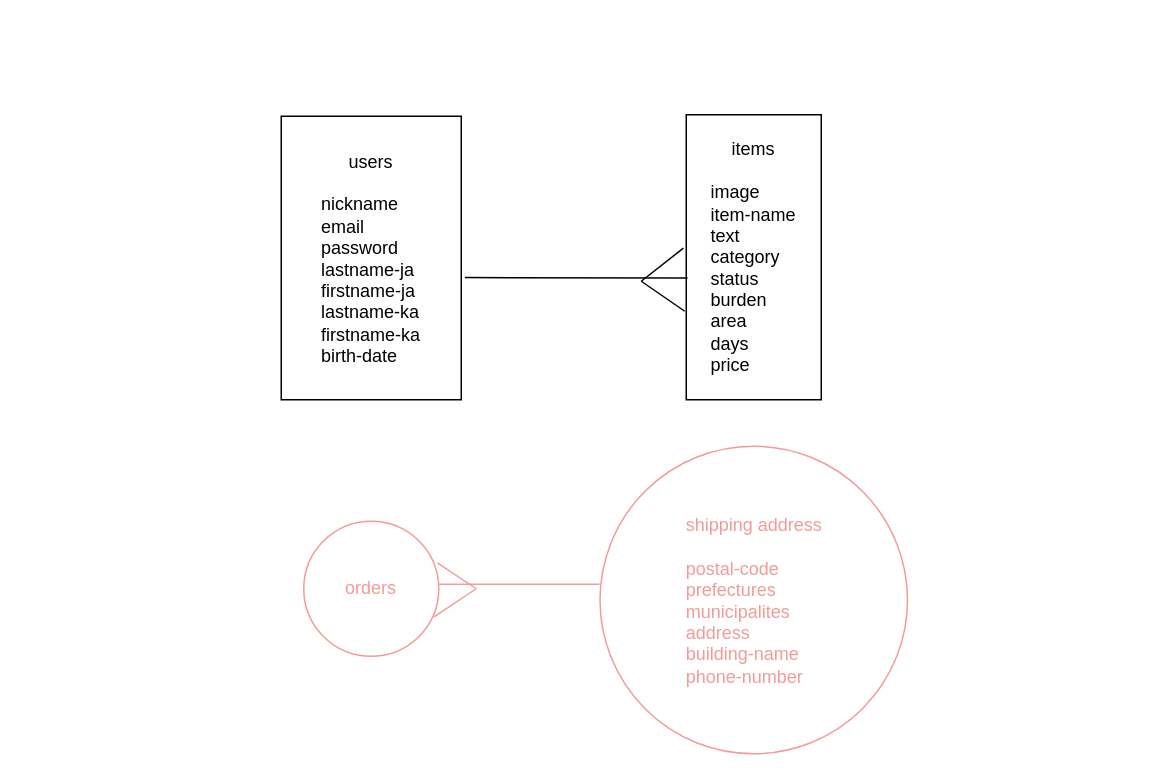
Above: Untitled Diagram.drawio in TK-19881224/furima-34419 (draw.io), before the change. Source tidied: cells renumbered, new cells numbered last; positions are measured from the earlier drawing's top-left corner, leaving out a move shared by most shapes. Both pictures are drawn from the tidied source at 150%, with x=0, y=0 at pixel (280, 114).
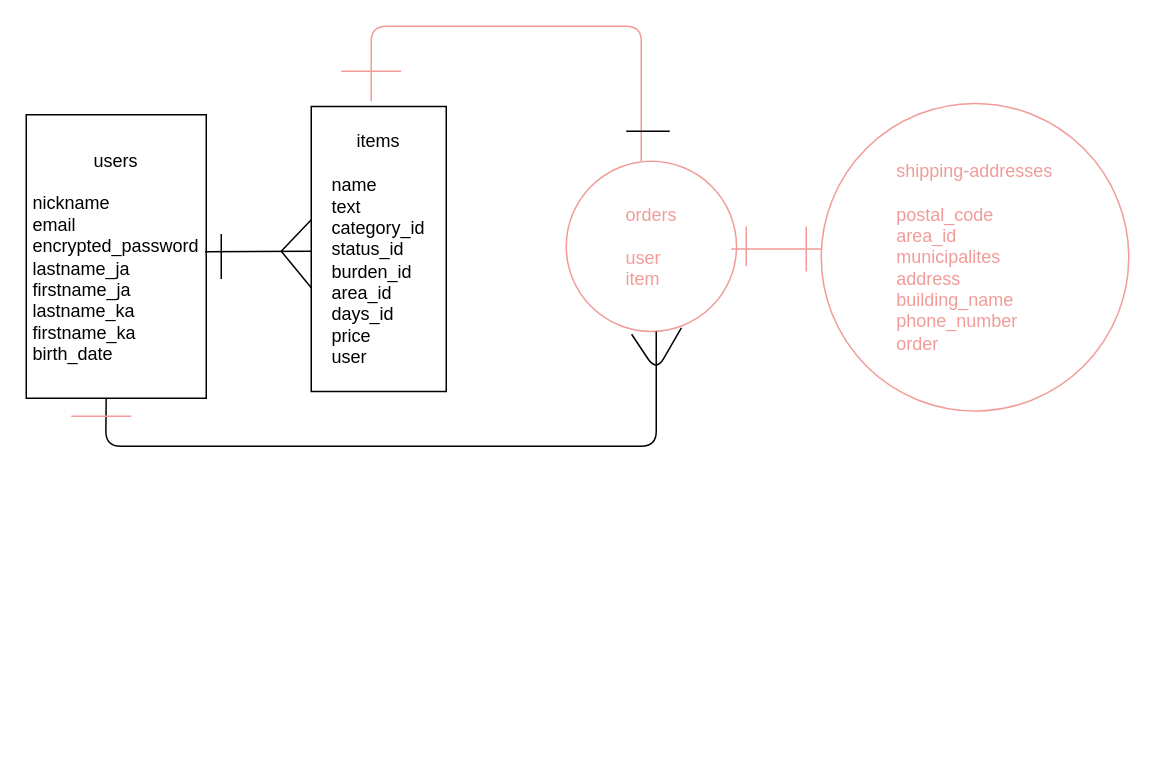
The same page after the edit.

Diff of the diagram source:
```diff
@@
-    <mxCell id="2" value="users&lt;br&gt;&lt;br&gt;&lt;div style=&quot;text-align: left&quot;&gt;&lt;span&gt;nickname&lt;/span&gt;&lt;/div&gt;&lt;div style=&quot;text-align: left&quot;&gt;&lt;span&gt;email&lt;/span&gt;&lt;/div&gt;&lt;div style=&quot;text-align: left&quot;&gt;password&lt;/div&gt;&lt;div style=&quot;text-align: left&quot;&gt;lastname-ja&lt;/div&gt;&lt;div style=&quot;text-align: left&quot;&gt;firstname-ja&lt;/div&gt;&lt;div style=&quot;text-align: left&quot;&gt;&lt;div&gt;lastname-ka&lt;/div&gt;&lt;div&gt;firstname-ka&lt;/div&gt;&lt;div&gt;birth-date&lt;/div&gt;&lt;/div&gt;" style="rounded=0;whiteSpace=wrap;html=1;align=center;" parent="1" vertex="1">
-      <mxGeometry y="1" width="120" height="189" as="geometry" />
+    <mxCell id="2" value="users&lt;br&gt;&lt;br&gt;&lt;div style=&quot;text-align: left&quot;&gt;&lt;span&gt;nickname&lt;/span&gt;&lt;/div&gt;&lt;div style=&quot;text-align: left&quot;&gt;&lt;span&gt;email&lt;/span&gt;&lt;/div&gt;&lt;div style=&quot;text-align: left&quot;&gt;encrypted_password&lt;/div&gt;&lt;div style=&quot;text-align: left&quot;&gt;lastname_ja&lt;/div&gt;&lt;div style=&quot;text-align: left&quot;&gt;firstname_ja&lt;/div&gt;&lt;div style=&quot;text-align: left&quot;&gt;&lt;div&gt;lastname_ka&lt;/div&gt;&lt;div&gt;firstname_ka&lt;/div&gt;&lt;div&gt;birth_date&lt;/div&gt;&lt;/div&gt;" style="rounded=0;whiteSpace=wrap;html=1;align=center;" parent="1" vertex="1">
+      <mxGeometry x="-170" width="120" height="189" as="geometry" />
     </mxCell>
-    <mxCell id="3" value="&lt;div&gt;&lt;span&gt;items&lt;/span&gt;&lt;/div&gt;&lt;div&gt;&lt;br&gt;&lt;/div&gt;&lt;div style=&quot;text-align: left&quot;&gt;image&lt;/div&gt;&lt;div style=&quot;text-align: left&quot;&gt;item-name&lt;/div&gt;&lt;div style=&quot;text-align: left&quot;&gt;text&lt;/div&gt;&lt;div style=&quot;text-align: left&quot;&gt;category&lt;/div&gt;&lt;div style=&quot;text-align: left&quot;&gt;status&lt;/div&gt;&lt;div style=&quot;text-align: left&quot;&gt;burden&lt;/div&gt;&lt;div style=&quot;text-align: left&quot;&gt;area&lt;/div&gt;&lt;div style=&quot;text-align: left&quot;&gt;days&lt;/div&gt;&lt;div style=&quot;text-align: left&quot;&gt;price&lt;/div&gt;" style="rounded=0;whiteSpace=wrap;html=1;" parent="1" vertex="1">
-      <mxGeometry x="270" width="90" height="190" as="geometry" />
+    <mxCell id="3" value="&lt;div&gt;&lt;span&gt;items&lt;/span&gt;&lt;/div&gt;&lt;div&gt;&lt;br&gt;&lt;/div&gt;&lt;div style=&quot;text-align: left&quot;&gt;&lt;span&gt;name&lt;/span&gt;&lt;/div&gt;&lt;div style=&quot;text-align: left&quot;&gt;text&lt;/div&gt;&lt;div style=&quot;text-align: left&quot;&gt;category_id&lt;/div&gt;&lt;div style=&quot;text-align: left&quot;&gt;status_id&lt;/div&gt;&lt;div style=&quot;text-align: left&quot;&gt;burden_id&lt;/div&gt;&lt;span&gt;&lt;div style=&quot;text-align: left&quot;&gt;&lt;span&gt;area_id&lt;/span&gt;&lt;/div&gt;&lt;/span&gt;&lt;div style=&quot;text-align: left&quot;&gt;days_id&lt;/div&gt;&lt;div style=&quot;text-align: left&quot;&gt;price&lt;/div&gt;&lt;div style=&quot;text-align: left&quot;&gt;user&lt;/div&gt;" style="rounded=0;whiteSpace=wrap;html=1;" parent="1" vertex="1">
+      <mxGeometry x="20" y="-5.5" width="90" height="190" as="geometry" />
     </mxCell>
-    <mxCell id="4" value="&lt;font color=&quot;#f19c99&quot;&gt;orders&lt;br&gt;&lt;/font&gt;" style="ellipse;whiteSpace=wrap;html=1;strokeColor=#F19C99;" parent="1" vertex="1">
-      <mxGeometry x="15" y="271" width="90" height="90" as="geometry" />
+    <mxCell id="4" value="&lt;font color=&quot;#f19c99&quot;&gt;orders&lt;br&gt;&lt;br&gt;&lt;div style=&quot;text-align: left&quot;&gt;&lt;span&gt;user&lt;/span&gt;&lt;/div&gt;&lt;div style=&quot;text-align: left&quot;&gt;&lt;span&gt;item&lt;/span&gt;&lt;/div&gt;&lt;/font&gt;" style="ellipse;whiteSpace=wrap;html=1;strokeColor=#F19C99;" parent="1" vertex="1">
+      <mxGeometry x="190" y="31" width="113.5" height="113.5" as="geometry" />
     </mxCell>
-    <mxCell id="5" value="&lt;font color=&quot;#f19c99&quot;&gt;shipping address&lt;br&gt;&lt;br&gt;&lt;/font&gt;&lt;div style=&quot;text-align: left&quot;&gt;&lt;font color=&quot;#f19c99&quot;&gt;postal-code&lt;/font&gt;&lt;/div&gt;&lt;div style=&quot;text-align: left&quot;&gt;&lt;font color=&quot;#f19c99&quot;&gt;prefectures&lt;/font&gt;&lt;/div&gt;&lt;div style=&quot;text-align: left&quot;&gt;&lt;font color=&quot;#f19c99&quot;&gt;municipalites&lt;/font&gt;&lt;/div&gt;&lt;div style=&quot;text-align: left&quot;&gt;&lt;font color=&quot;#f19c99&quot;&gt;address&lt;/font&gt;&lt;/div&gt;&lt;div style=&quot;text-align: left&quot;&gt;&lt;font color=&quot;#f19c99&quot;&gt;building-name&lt;/font&gt;&lt;/div&gt;&lt;div style=&quot;text-align: left&quot;&gt;&lt;font color=&quot;#f19c99&quot;&gt;phone-number&lt;/font&gt;&lt;/div&gt;" style="ellipse;whiteSpace=wrap;html=1;strokeColor=#F19C99;" parent="1" vertex="1">
-      <mxGeometry x="212.5" y="221" width="205" height="205" as="geometry" />
+    <mxCell id="5" value="&lt;font color=&quot;#f19c99&quot;&gt;shipping-addresses&lt;br&gt;&lt;br&gt;&lt;/font&gt;&lt;div style=&quot;text-align: left&quot;&gt;&lt;font color=&quot;#f19c99&quot;&gt;postal_code&lt;/font&gt;&lt;/div&gt;&lt;div style=&quot;text-align: left&quot;&gt;&lt;font color=&quot;#f19c99&quot;&gt;area_id&lt;/font&gt;&lt;/div&gt;&lt;div style=&quot;text-align: left&quot;&gt;&lt;font color=&quot;#f19c99&quot;&gt;municipalites&lt;/font&gt;&lt;/div&gt;&lt;div style=&quot;text-align: left&quot;&gt;&lt;font color=&quot;#f19c99&quot;&gt;address&lt;/font&gt;&lt;/div&gt;&lt;div style=&quot;text-align: left&quot;&gt;&lt;font color=&quot;#f19c99&quot;&gt;building_name&lt;/font&gt;&lt;/div&gt;&lt;div style=&quot;text-align: left&quot;&gt;&lt;font color=&quot;#f19c99&quot;&gt;phone_number&lt;/font&gt;&lt;/div&gt;&lt;div style=&quot;text-align: left&quot;&gt;&lt;font color=&quot;#f19c99&quot;&gt;order&lt;/font&gt;&lt;/div&gt;" style="ellipse;whiteSpace=wrap;html=1;strokeColor=#F19C99;" parent="1" vertex="1">
+      <mxGeometry x="360" y="-7.5" width="205" height="205" as="geometry" />
     </mxCell>
-    <mxCell id="6" style="endArrow=none;html=1;strokeColor=#F19C99;entryX=-0.001;entryY=0.449;entryDx=0;entryDy=0;entryPerimeter=0;" parent="1" edge="1" target="5">
-      <mxGeometry relative="1" as="geometry">
-        <mxPoint x="105" y="313" as="sourcePoint" />
-      </mxGeometry>
-    </mxCell>
-    <mxCell id="7" style="endArrow=none;html=1;exitX=-0.021;exitY=0.468;exitDx=0;exitDy=0;exitPerimeter=0;" parent="1" edge="1" source="3">
-      <mxGeometry relative="1" as="geometry">
-        <mxPoint x="240" y="111" as="targetPoint" />
-      </mxGeometry>
-    </mxCell>
-    <mxCell id="8" style="endArrow=none;html=1;" parent="1" edge="1">
-      <mxGeometry relative="1" as="geometry">
-        <mxPoint x="240" y="111" as="sourcePoint" />
-        <mxPoint x="269" y="131" as="targetPoint" />
-      </mxGeometry>
-    </mxCell>
-    <mxCell id="9" style="endArrow=none;html=1;strokeColor=#000000;fontColor=#000000;exitX=1.02;exitY=0.569;exitDx=0;exitDy=0;exitPerimeter=0;entryX=0.01;entryY=0.573;entryDx=0;entryDy=0;entryPerimeter=0;" parent="1" edge="1" source="2" target="3">
-      <mxGeometry relative="1" as="geometry" />
-    </mxCell>
-    <mxCell id="10" style="endArrow=none;html=1;strokeColor=#F19C99;fontColor=#000000;exitX=0.99;exitY=0.308;exitDx=0;exitDy=0;exitPerimeter=0;" parent="1" edge="1" source="4">
-      <mxGeometry relative="1" as="geometry">
-        <mxPoint x="130" y="316" as="targetPoint" />
-        <Array as="points">
-          <mxPoint x="130" y="316" />
-        </Array>
-      </mxGeometry>
-    </mxCell>
-    <mxCell id="11" style="endArrow=none;html=1;strokeColor=#F19C99;fontColor=#000000;exitX=0.965;exitY=0.708;exitDx=0;exitDy=0;exitPerimeter=0;" parent="1" edge="1" source="4">
-      <mxGeometry relative="1" as="geometry">
-        <mxPoint x="130" y="316" as="targetPoint" />
-      </mxGeometry>
-    </mxCell>
+    <mxCell id="12" style="endArrow=none;html=1;strokeColor=#000000;fontColor=#000000;" parent="1" edge="1">
+      <mxGeometry relative="1" as="geometry">
+        <mxPoint x="-40" y="109.5" as="sourcePoint" />
+        <mxPoint x="-40" y="79.5" as="targetPoint" />
+      </mxGeometry>
+    </mxCell>
+    <mxCell id="13" style="endArrow=none;html=1;strokeColor=#000000;fontColor=#000000;exitX=0;exitY=0.636;exitDx=0;exitDy=0;exitPerimeter=0;" parent="1" edge="1" source="3">
+      <mxGeometry relative="1" as="geometry">
+        <mxPoint y="91" as="targetPoint" />
+        <Array as="points">
+          <mxPoint y="91" />
+        </Array>
+      </mxGeometry>
+    </mxCell>
+    <mxCell id="14" style="endArrow=none;html=1;strokeColor=#000000;fontColor=#000000;" parent="1" edge="1">
+      <mxGeometry relative="1" as="geometry">
+        <mxPoint y="91" as="sourcePoint" />
+        <mxPoint x="20" y="70" as="targetPoint" />
+      </mxGeometry>
+    </mxCell>
+    <mxCell id="15" style="endArrow=none;html=1;strokeColor=#000000;fontColor=#000000;exitX=0.994;exitY=0.483;exitDx=0;exitDy=0;exitPerimeter=0;" parent="1" edge="1" source="2">
+      <mxGeometry relative="1" as="geometry">
+        <mxPoint x="20" y="91" as="targetPoint" />
+      </mxGeometry>
+    </mxCell>
+    <mxCell id="16" style="endArrow=none;html=1;strokeColor=#F19C99;fontColor=#000000;" parent="1" edge="1">
+      <mxGeometry relative="1" as="geometry">
+        <mxPoint x="350" y="104.5" as="sourcePoint" />
+        <mxPoint x="350" y="74.5" as="targetPoint" />
+        <Array as="points">
+          <mxPoint x="350" y="84.5" />
+        </Array>
+      </mxGeometry>
+    </mxCell>
+    <mxCell id="17" style="endArrow=none;html=1;strokeColor=#F19C99;fontColor=#000000;" parent="1" edge="1">
+      <mxGeometry relative="1" as="geometry">
+        <mxPoint x="300" y="89.5" as="sourcePoint" />
+        <mxPoint x="360" y="90" as="targetPoint" />
+        <Array as="points">
+          <mxPoint x="360" y="89.5" />
+        </Array>
+      </mxGeometry>
+    </mxCell>
+    <mxCell id="18" style="endArrow=none;html=1;strokeColor=#F19C99;fontColor=#000000;" parent="1" edge="1">
+      <mxGeometry relative="1" as="geometry">
+        <mxPoint x="40" y="-29" as="sourcePoint" />
+        <mxPoint x="80" y="-29" as="targetPoint" />
+        <Array as="points">
+          <mxPoint x="60" y="-29" />
+        </Array>
+      </mxGeometry>
+    </mxCell>
+    <mxCell id="19" style="endArrow=none;html=1;strokeColor=#F19C99;fontColor=#000000;entryX=0.444;entryY=-0.018;entryDx=0;entryDy=0;entryPerimeter=0;" parent="1" edge="1" target="3">
+      <mxGeometry relative="1" as="geometry">
+        <mxPoint x="240" y="31" as="sourcePoint" />
+        <Array as="points">
+          <mxPoint x="240" y="-59" />
+          <mxPoint x="60" y="-59" />
+        </Array>
+      </mxGeometry>
+    </mxCell>
+    <mxCell id="20" style="endArrow=none;html=1;strokeColor=#000000;fontColor=#000000;exitX=0.444;exitY=1;exitDx=0;exitDy=0;exitPerimeter=0;" parent="1" edge="1" source="2">
+      <mxGeometry relative="1" as="geometry">
+        <mxPoint x="250" y="144.5" as="targetPoint" />
+        <Array as="points">
+          <mxPoint x="-117" y="221" />
+          <mxPoint x="250" y="221" />
+        </Array>
+      </mxGeometry>
+    </mxCell>
+    <mxCell id="21" style="endArrow=none;html=1;strokeColor=#000000;fontColor=#000000;exitX=0.384;exitY=1.016;exitDx=0;exitDy=0;exitPerimeter=0;entryX=0.676;entryY=0.979;entryDx=0;entryDy=0;entryPerimeter=0;" parent="1" edge="1" source="4" target="4">
+      <mxGeometry relative="1" as="geometry">
+        <Array as="points">
+          <mxPoint x="250" y="171" />
+        </Array>
+      </mxGeometry>
+    </mxCell>
+    <mxCell id="22" style="endArrow=none;html=1;strokeColor=#F19C99;fontColor=#000000;" parent="1" edge="1">
+      <mxGeometry relative="1" as="geometry">
+        <mxPoint x="-140" y="201" as="sourcePoint" />
+        <mxPoint x="-100" y="201" as="targetPoint" />
+      </mxGeometry>
+    </mxCell>
+    <mxCell id="23" style="endArrow=none;html=1;strokeColor=#000000;fontColor=#000000;" parent="1" edge="1">
+      <mxGeometry relative="1" as="geometry">
+        <mxPoint x="230" y="11" as="sourcePoint" />
+        <mxPoint x="259" y="11" as="targetPoint" />
+        <Array as="points">
+          <mxPoint x="240" y="11" />
+          <mxPoint x="250" y="11" />
+        </Array>
+      </mxGeometry>
+    </mxCell>
+    <mxCell id="24" style="endArrow=none;html=1;strokeColor=#F19C99;fontColor=#000000;" parent="1" edge="1">
+      <mxGeometry relative="1" as="geometry">
+        <mxPoint x="310" y="101" as="sourcePoint" />
+        <mxPoint x="310" y="74.5" as="targetPoint" />
+        <Array as="points">
+          <mxPoint x="310" y="94.5" />
+        </Array>
+      </mxGeometry>
+    </mxCell>
```
